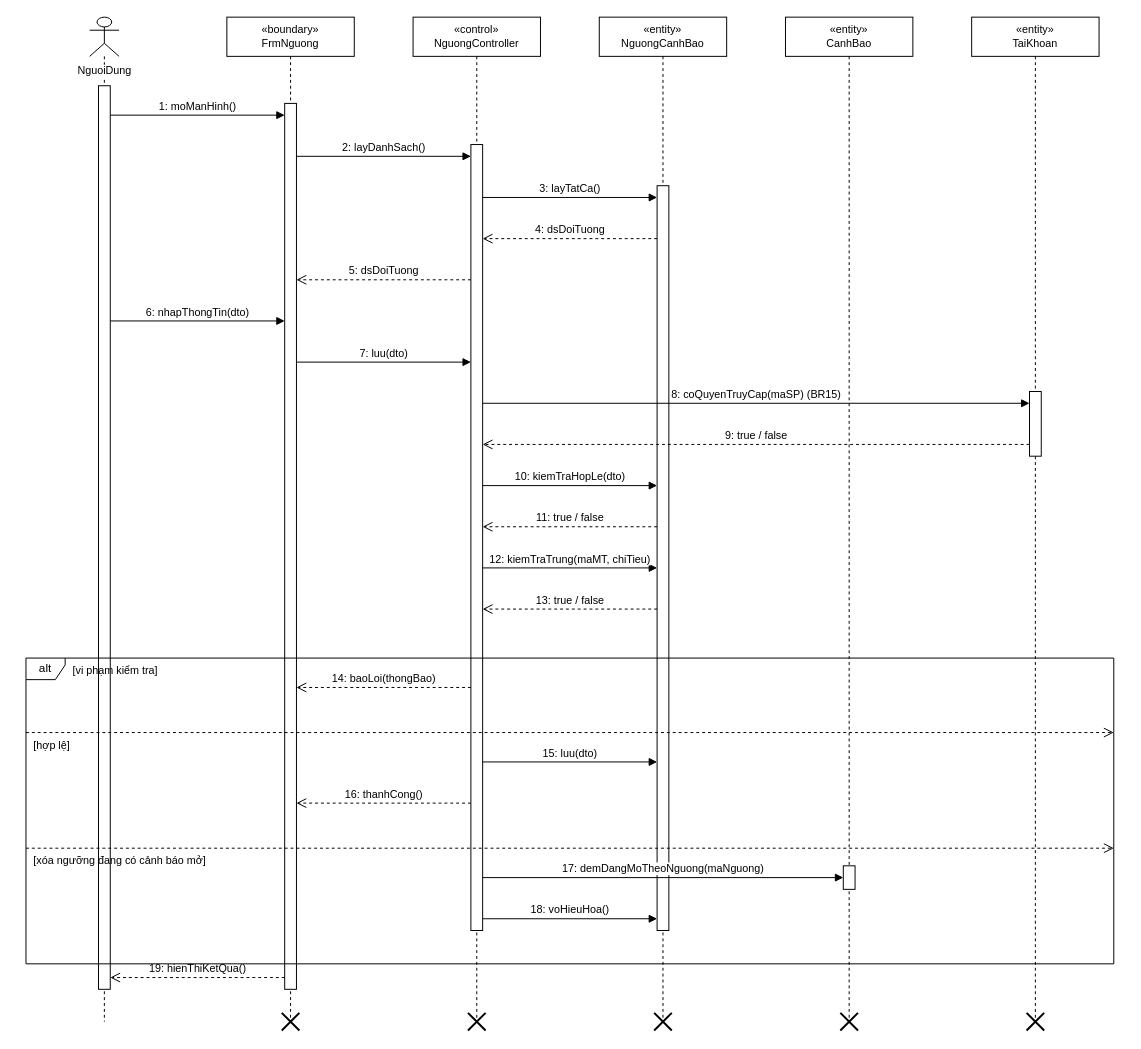
The draw.io diagram docs/diagrams/03_TuanTu/UC_GD_014_Sequence_ThietLapNguong.drawio in TranThienNhan8279/GreenDash, before the edit. Source tidied: cells renumbered, new cells numbered last; positions are measured from the earlier drawing's top-left corner, leaving out a move shared by most shapes. Both pictures are drawn from the tidied source at 98%, with x=0, y=0 at pixel (25, 17).
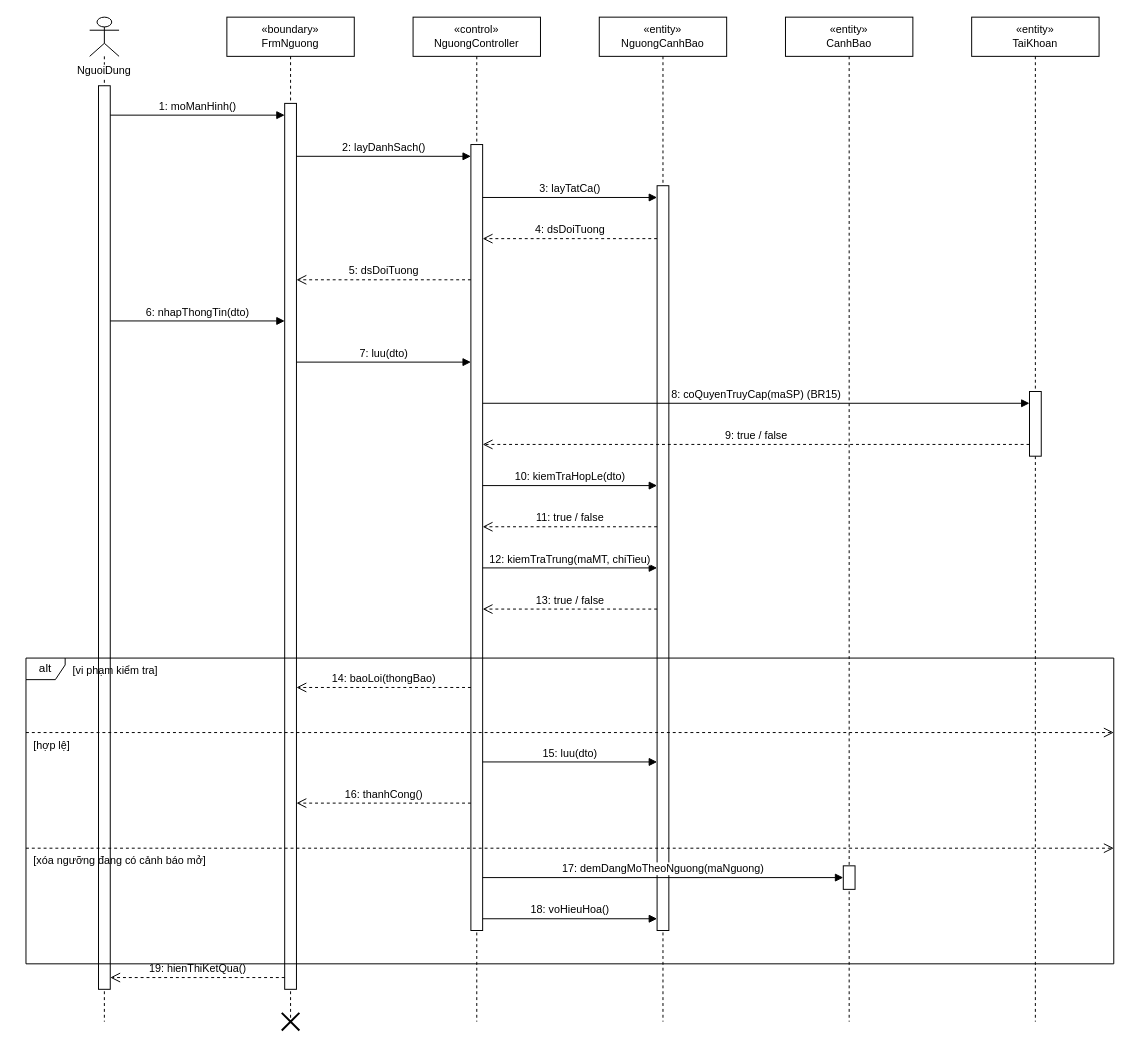
After the change.

The edit, as a diff of the source:
```diff
@@
-    <mxCell id="2" value="NguoiDung" style="shape=umlLifeline;participant=umlActor;verticalAlign=top;spacingTop=42;labelBackgroundColor=#ffffff;perimeter=lifelinePerimeter;whiteSpace=nowrap;html=1;fontSize=11;" parent="1" vertex="1">
+    <mxCell id="2" value="NguoiDung" style="shape=umlLifeline;participant=umlActor;verticalAlign=top;spacingTop=42;labelBackgroundColor=#ffffff;perimeter=lifelinePerimeter;whiteSpace=wrap;html=1;fontSize=11;" parent="1" vertex="1">
       <mxGeometry x="65" width="30" height="1025" as="geometry" />
     </mxCell>
@@
-    <mxCell id="12" style="shape=umlDestroy;html=1;strokeWidth=2;strokeColor=#000000;" parent="1" vertex="1">
-      <mxGeometry x="451" y="1016" width="18" height="18" as="geometry" />
-    </mxCell>
@@
-    <mxCell id="14" style="shape=umlDestroy;html=1;strokeWidth=2;strokeColor=#000000;" parent="1" vertex="1">
-      <mxGeometry x="641" y="1016" width="18" height="18" as="geometry" />
-    </mxCell>
@@
-    <mxCell id="16" style="shape=umlDestroy;html=1;strokeWidth=2;strokeColor=#000000;" parent="1" vertex="1">
-      <mxGeometry x="831" y="1016" width="18" height="18" as="geometry" />
-    </mxCell>
@@
-    <mxCell id="18" style="shape=umlDestroy;html=1;strokeWidth=2;strokeColor=#000000;" parent="1" vertex="1">
-      <mxGeometry x="1021" y="1016" width="18" height="18" as="geometry" />
-    </mxCell>
```
